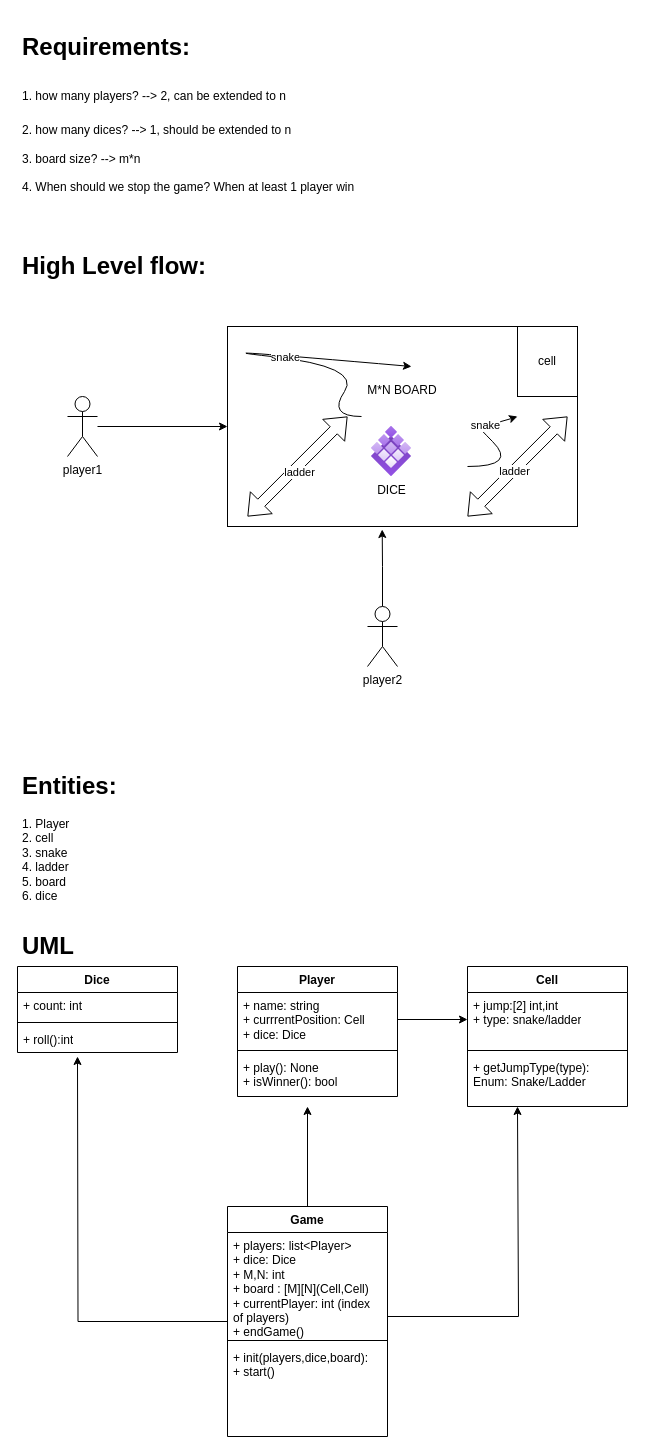
The draw.io diagram snake_ladder.drawio in Thesohan/System-Design, before the edit. Source tidied: cells renumbered, new cells numbered last; positions are measured from the earlier drawing's top-left corner, leaving out a move shared by most shapes. Both pictures are drawn from the tidied source at 100%, with x=0, y=0 at pixel (17, 27).
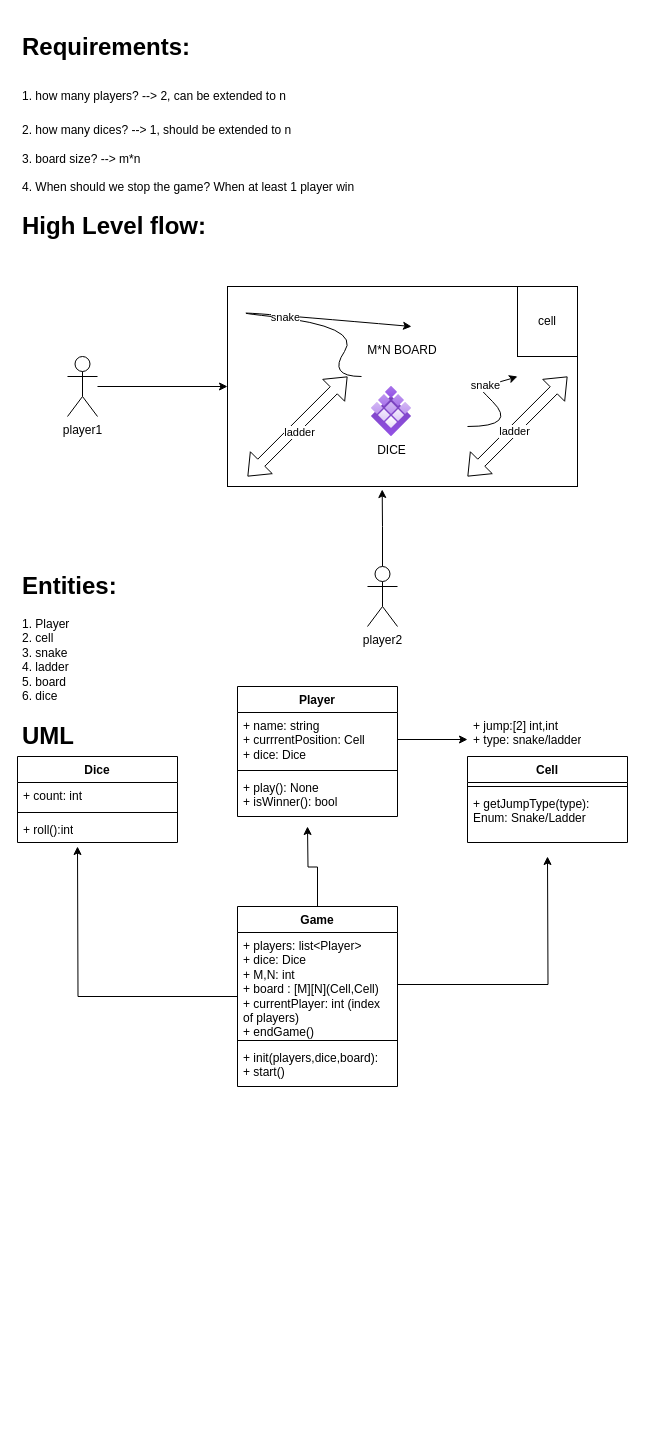
After the change.

Unchanged cells that the change refers to:
```xml
<mxCell id="38" value="+ players: list&amp;lt;Player&amp;gt;&lt;br&gt;+ dice: Dice&lt;br&gt;+ M,N: int&lt;br&gt;+ board : [M][N](Cell,Cell)&lt;br&gt;+ currentPlayer: int (index of players)&lt;br&gt;+ endGame()" style="text;strokeColor=none;fillColor=none;align=left;verticalAlign=top;spacingLeft=4;spacingRight=4;overflow=hidden;points=[[0,0.5],[1,0.5]];portConstraint=eastwest;whiteSpace=wrap;html=1;" parent="36" vertex="1">
  <mxGeometry y="26" width="160" height="104" as="geometry" />
</mxCell>
```

What changed in the source:
```diff
@@
     <mxCell id="3" value="&lt;h1&gt;&lt;span style=&quot;background-color: initial;&quot;&gt;High Level flow:&lt;/span&gt;&lt;/h1&gt;" style="text;html=1;strokeColor=none;fillColor=none;spacing=5;spacingTop=-20;whiteSpace=wrap;overflow=hidden;rounded=0;" parent="1" vertex="1">
-      <mxGeometry y="219" width="510" height="50" as="geometry" />
+      <mxGeometry y="179" width="510" height="50" as="geometry" />
     </mxCell>
@@
     <mxCell id="5" value="player2" style="shape=umlActor;verticalLabelPosition=bottom;verticalAlign=top;html=1;outlineConnect=0;" parent="1" vertex="1">
-      <mxGeometry x="350" y="579" width="30" height="60" as="geometry" />
+      <mxGeometry x="350" y="539" width="30" height="60" as="geometry" />
     </mxCell>
@@
     <mxCell id="7" value="player1" style="shape=umlActor;verticalLabelPosition=bottom;verticalAlign=top;html=1;outlineConnect=0;" parent="1" vertex="1">
-      <mxGeometry x="50" y="369" width="30" height="60" as="geometry" />
+      <mxGeometry x="50" y="329" width="30" height="60" as="geometry" />
     </mxCell>
     <mxCell id="8" value="M*N BOARD&lt;br&gt;&lt;br&gt;&lt;br&gt;&lt;br&gt;&lt;br&gt;&lt;br&gt;" style="rounded=0;whiteSpace=wrap;html=1;" parent="1" vertex="1">
-      <mxGeometry x="210" y="299" width="350" height="200" as="geometry" />
+      <mxGeometry x="210" y="259" width="350" height="200" as="geometry" />
     </mxCell>
     <mxCell id="9" value="DICE" style="image;sketch=0;html=1;align=center;fontSize=12;image=img/lib/mscae/DC_OS.svg;" parent="1" vertex="1">
-      <mxGeometry x="354" y="399" width="40" height="50" as="geometry" />
+      <mxGeometry x="354" y="359" width="40" height="50" as="geometry" />
     </mxCell>
     <mxCell id="10" style="curved=1;endArrow=classic;html=1;rounded=0;" parent="1" edge="1">
       <mxGeometry relative="1" as="geometry">
-        <mxPoint x="450" y="439" as="sourcePoint" />
-        <mxPoint x="500" y="389" as="targetPoint" />
+        <mxPoint x="450" y="399" as="sourcePoint" />
+        <mxPoint x="500" y="349" as="targetPoint" />
         <Array as="points">
-          <mxPoint x="500" y="439" />
-          <mxPoint x="450" y="389" />
-          <mxPoint x="470" y="399" />
+          <mxPoint x="500" y="399" />
+          <mxPoint x="450" y="349" />
+          <mxPoint x="470" y="359" />
         </Array>
       </mxGeometry>
     </mxCell>
@@
     <mxCell id="12" style="curved=1;endArrow=classic;html=1;rounded=0;" parent="1" edge="1">
       <mxGeometry relative="1" as="geometry">
-        <mxPoint x="344" y="389" as="sourcePoint" />
-        <mxPoint x="394" y="339" as="targetPoint" />
+        <mxPoint x="344" y="349" as="sourcePoint" />
+        <mxPoint x="394" y="299" as="targetPoint" />
         <Array as="points">
-          <mxPoint x="310" y="389" />
-          <mxPoint x="344" y="339" />
-          <mxPoint x="164" y="319" />
+          <mxPoint x="310" y="349" />
+          <mxPoint x="344" y="299" />
+          <mxPoint x="164" y="279" />
         </Array>
       </mxGeometry>
     </mxCell>
@@
     <mxCell id="14" style="shape=flexArrow;endArrow=classic;startArrow=classic;html=1;rounded=0;" parent="1" edge="1">
       <mxGeometry relative="1" as="geometry">
-        <mxPoint x="230" y="489" as="sourcePoint" />
-        <mxPoint x="330" y="389" as="targetPoint" />
+        <mxPoint x="230" y="449" as="sourcePoint" />
+        <mxPoint x="330" y="349" as="targetPoint" />
       </mxGeometry>
     </mxCell>
@@
     <mxCell id="16" style="shape=flexArrow;endArrow=classic;startArrow=classic;html=1;rounded=0;" parent="1" edge="1">
       <mxGeometry relative="1" as="geometry">
-        <mxPoint x="450" y="489" as="sourcePoint" />
-        <mxPoint x="550" y="389" as="targetPoint" />
+        <mxPoint x="450" y="449" as="sourcePoint" />
+        <mxPoint x="550" y="349" as="targetPoint" />
       </mxGeometry>
     </mxCell>
@@
     <mxCell id="18" value="&lt;h1&gt;Entities:&lt;/h1&gt;&lt;div&gt;1. Player&lt;/div&gt;&lt;div&gt;2. cell&lt;/div&gt;&lt;div&gt;3. snake&lt;/div&gt;&lt;div&gt;4. ladder&lt;/div&gt;&lt;div&gt;5. board&lt;/div&gt;&lt;div&gt;6. dice&lt;/div&gt;" style="text;html=1;strokeColor=none;fillColor=none;spacing=5;spacingTop=-20;whiteSpace=wrap;overflow=hidden;rounded=0;" parent="1" vertex="1">
-      <mxGeometry y="739" width="120" height="150" as="geometry" />
+      <mxGeometry y="539" width="120" height="150" as="geometry" />
     </mxCell>
     <mxCell id="19" value="cell" style="rounded=0;whiteSpace=wrap;html=1;" parent="1" vertex="1">
-      <mxGeometry x="500" y="299" width="60" height="70" as="geometry" />
+      <mxGeometry x="500" y="259" width="60" height="70" as="geometry" />
     </mxCell>
     <mxCell id="20" value="&lt;h1&gt;UML&lt;/h1&gt;" style="text;html=1;strokeColor=none;fillColor=none;spacing=5;spacingTop=-20;whiteSpace=wrap;overflow=hidden;rounded=0;" parent="1" vertex="1">
-      <mxGeometry y="899" width="80" height="40" as="geometry" />
+      <mxGeometry y="689" width="80" height="40" as="geometry" />
     </mxCell>
     <mxCell id="21" value="Player" style="swimlane;fontStyle=1;align=center;verticalAlign=top;horizontal=1;startSize=26;whiteSpace=wrap;html=1;" parent="1" vertex="1">
-      <mxGeometry x="220" y="939" width="160" height="130" as="geometry" />
+      <mxGeometry x="220" y="659" width="160" height="130" as="geometry" />
     </mxCell>
@@
     <mxCell id="25" value="Cell" style="swimlane;fontStyle=1;align=center;verticalAlign=top;horizontal=1;startSize=26;whiteSpace=wrap;html=1;" parent="1" vertex="1">
-      <mxGeometry x="450" y="939" width="160" height="140" as="geometry" />
+      <mxGeometry x="450" y="729" width="160" height="86" as="geometry" />
     </mxCell>
-    <mxCell id="26" value="+ jump:[2] int,int&lt;br&gt;+ type: snake/ladder" style="text;strokeColor=none;fillColor=none;align=left;verticalAlign=top;spacingLeft=4;spacingRight=4;overflow=hidden;points=[[0,0.5],[1,0.5]];portConstraint=eastwest;whiteSpace=wrap;html=1;" parent="25" vertex="1">
-      <mxGeometry y="26" width="160" height="54" as="geometry" />
-    </mxCell>
     <mxCell id="27" style="line;strokeWidth=1;fillColor=none;align=left;verticalAlign=middle;spacingTop=-1;spacingLeft=3;spacingRight=3;labelPosition=right;strokeColor=inherit;" parent="25" vertex="1">
-      <mxGeometry y="80" width="160" height="8" as="geometry" />
+      <mxGeometry y="26" width="160" height="8" as="geometry" />
     </mxCell>
     <mxCell id="28" value="+ getJumpType(type): Enum: Snake/Ladder" style="text;strokeColor=none;fillColor=none;align=left;verticalAlign=top;spacingLeft=4;spacingRight=4;overflow=hidden;whiteSpace=wrap;html=1;" parent="25" vertex="1">
-      <mxGeometry y="88" width="160" height="52" as="geometry" />
+      <mxGeometry y="34" width="160" height="52" as="geometry" />
     </mxCell>
@@
     <mxCell id="30" value="Dice" style="swimlane;fontStyle=1;align=center;verticalAlign=top;horizontal=1;startSize=26;whiteSpace=wrap;html=1;" parent="1" vertex="1">
-      <mxGeometry y="939" width="160" height="86" as="geometry" />
+      <mxGeometry y="729" width="160" height="86" as="geometry" />
     </mxCell>
@@
     <mxCell id="34" style="edgeStyle=orthogonalEdgeStyle;rounded=0;jettySize=auto;html=1;" parent="1" edge="1" source="36">
       <mxGeometry relative="1" as="geometry">
-        <mxPoint x="60" y="1029" as="targetPoint" />
+        <mxPoint x="60" y="819" as="targetPoint" />
       </mxGeometry>
     </mxCell>
-    <mxCell id="35" style="edgeStyle=orthogonalEdgeStyle;rounded=0;jettySize=auto;html=1;" parent="1" edge="1" source="36">
-      <mxGeometry relative="1" as="geometry">
-        <mxPoint x="290" y="1079" as="targetPoint" />
-      </mxGeometry>
-    </mxCell>
+    <mxCell id="41" style="edgeStyle=orthogonalEdgeStyle;rounded=0;jettySize=auto;html=1;" parent="1" edge="1" source="36">
+      <mxGeometry relative="1" as="geometry">
+        <mxPoint x="290" y="799" as="targetPoint" />
+      </mxGeometry>
+    </mxCell>
     <mxCell id="36" value="Game" style="swimlane;fontStyle=1;align=center;verticalAlign=top;horizontal=1;startSize=26;whiteSpace=wrap;html=1;" parent="1" vertex="1">
-      <mxGeometry x="210" y="1179" width="160" height="230" as="geometry" />
+      <mxGeometry x="220" y="879" width="160" height="180" as="geometry" />
     </mxCell>
-    <mxCell id="37" style="edgeStyle=orthogonalEdgeStyle;rounded=0;jettySize=auto;html=1;" parent="36" edge="1" source="38">
-      <mxGeometry relative="1" as="geometry">
-        <mxPoint x="290" y="-100" as="targetPoint" />
-        <Array as="points">
-          <mxPoint x="291" y="110" />
-        </Array>
-      </mxGeometry>
-    </mxCell>
+    <mxCell id="42" style="edgeStyle=orthogonalEdgeStyle;rounded=0;jettySize=auto;html=1;" parent="36" edge="1" source="38">
+      <mxGeometry relative="1" as="geometry">
+        <mxPoint x="310" y="-50" as="targetPoint" />
+      </mxGeometry>
+    </mxCell>
@@
     <mxCell id="40" value="+ init(players,dice,board):&lt;br&gt;+ start()" style="text;strokeColor=none;fillColor=none;align=left;verticalAlign=top;spacingLeft=4;spacingRight=4;overflow=hidden;whiteSpace=wrap;html=1;" parent="36" vertex="1">
-      <mxGeometry y="138" width="160" height="92" as="geometry" />
+      <mxGeometry y="138" width="160" height="42" as="geometry" />
     </mxCell>
+    <mxCell id="26" value="+ jump:[2] int,int&lt;br&gt;+ type: snake/ladder" style="text;strokeColor=none;fillColor=none;align=left;verticalAlign=top;spacingLeft=4;spacingRight=4;overflow=hidden;points=[[0,0.5],[1,0.5]];portConstraint=eastwest;whiteSpace=wrap;html=1;" parent="1" vertex="1">
+      <mxGeometry x="450" y="685" width="160" height="54" as="geometry" />
+    </mxCell>
```
